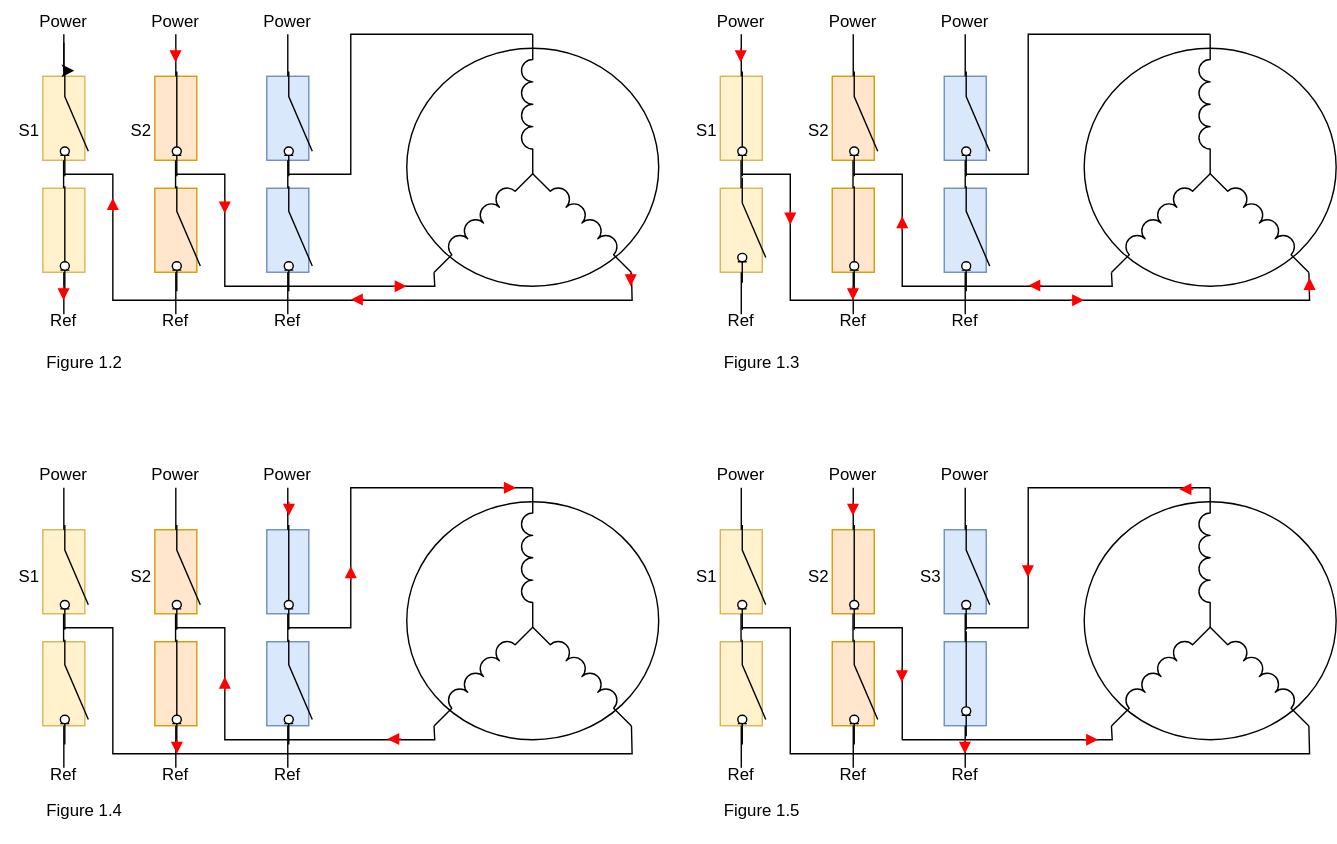
Before: 01-documentation/svg_files/esc_commutation_principle.drawio.svg, a diagram exported from draw.io (stephaneamans/ESC_Brushless). Source tidied: cells renumbered, new cells last; positions are measured from the earlier drawing's top-left corner, leaving out a move shared by most shapes.
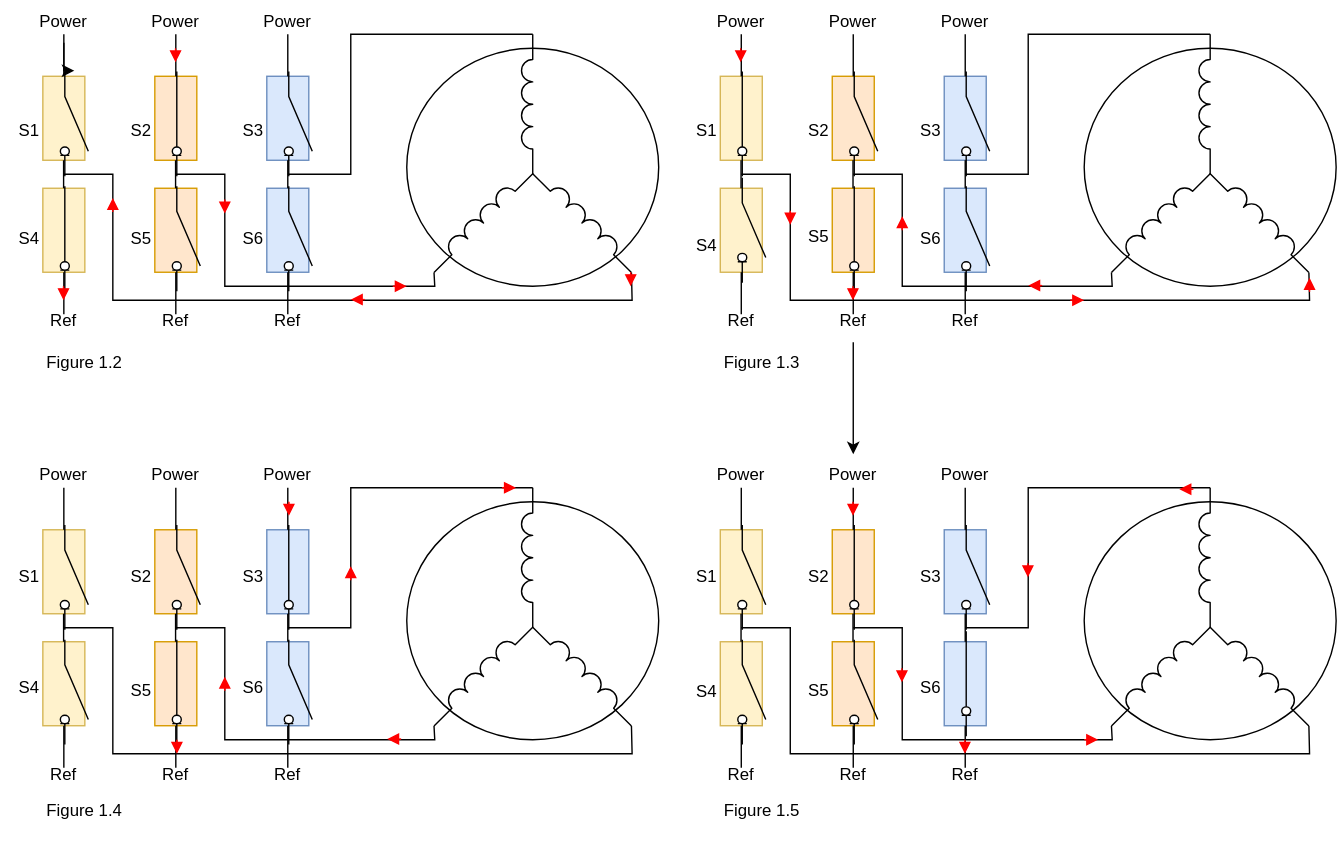
Later version of the same file.

Diff of the diagram source:
```diff
@@ -309,6 +309,9 @@
         <mxPoint x="609" y="194" as="targetPoint" />
       </mxGeometry>
     </mxCell>
+    <mxCell id="179" style="edgeStyle=orthogonalEdgeStyle;rounded=0;jettySize=auto;html=1;" parent="1" edge="1" source="69" target="146">
+      <mxGeometry relative="1" as="geometry" />
+    </mxCell>
     <mxCell id="69" value="Ref" style="text;html=1;align=center;verticalAlign=middle;whiteSpace=wrap;rounded=0;" parent="1" vertex="1">
       <mxGeometry x="579" y="214" width="60" height="30" as="geometry" />
     </mxCell>
@@ -787,5 +790,50 @@
     <mxCell id="178" value="S3" style="text;html=1;align=center;verticalAlign=middle;strokeColor=none;fillColor=none;" parent="1" vertex="1">
       <mxGeometry x="644" y="397" width="40" height="30" as="geometry" />
     </mxCell>
+    <mxCell id="180" value="S3" style="text;html=1;align=center;verticalAlign=middle;strokeColor=none;fillColor=none;" parent="1" vertex="1">
+      <mxGeometry x="644" y="78" width="40" height="30" as="geometry" />
+    </mxCell>
+    <mxCell id="181" value="S3" style="text;html=1;align=center;verticalAlign=middle;strokeColor=none;fillColor=none;" parent="1" vertex="1">
+      <mxGeometry x="160" y="78" width="40" height="30" as="geometry" />
+    </mxCell>
+    <mxCell id="182" value="S3" style="text;html=1;align=center;verticalAlign=middle;strokeColor=none;fillColor=none;" parent="1" vertex="1">
+      <mxGeometry x="160" y="397" width="40" height="30" as="geometry" />
+    </mxCell>
+    <mxCell id="183" value="S4" style="text;html=1;align=center;verticalAlign=middle;strokeColor=none;fillColor=none;" parent="1" vertex="1">
+      <mxGeometry y="155" width="40" height="30" as="geometry" />
+    </mxCell>
+    <mxCell id="184" value="S4" style="text;html=1;align=center;verticalAlign=middle;strokeColor=none;fillColor=none;" parent="1" vertex="1">
+      <mxGeometry y="476" width="40" height="30" as="geometry" />
+    </mxCell>
+    <mxCell id="185" value="S4" style="text;html=1;align=center;verticalAlign=middle;strokeColor=none;fillColor=none;" parent="1" vertex="1">
+      <mxGeometry x="484" y="479" width="40" height="30" as="geometry" />
+    </mxCell>
+    <mxCell id="186" value="S4" style="text;html=1;align=center;verticalAlign=middle;strokeColor=none;fillColor=none;" parent="1" vertex="1">
+      <mxGeometry x="484" y="160" width="40" height="30" as="geometry" />
+    </mxCell>
+    <mxCell id="187" value="S5" style="text;html=1;align=center;verticalAlign=middle;strokeColor=none;fillColor=none;" parent="1" vertex="1">
+      <mxGeometry x="564" y="154" width="40" height="30" as="geometry" />
+    </mxCell>
+    <mxCell id="188" value="S5" style="text;html=1;align=center;verticalAlign=middle;strokeColor=none;fillColor=none;" parent="1" vertex="1">
+      <mxGeometry x="564" y="478" width="40" height="30" as="geometry" />
+    </mxCell>
+    <mxCell id="189" value="S5" style="text;html=1;align=center;verticalAlign=middle;strokeColor=none;fillColor=none;" parent="1" vertex="1">
+      <mxGeometry x="80" y="478" width="40" height="30" as="geometry" />
+    </mxCell>
+    <mxCell id="190" value="S5" style="text;html=1;align=center;verticalAlign=middle;strokeColor=none;fillColor=none;" parent="1" vertex="1">
+      <mxGeometry x="80" y="155" width="40" height="30" as="geometry" />
+    </mxCell>
+    <mxCell id="191" value="S6" style="text;html=1;align=center;verticalAlign=middle;strokeColor=none;fillColor=none;" parent="1" vertex="1">
+      <mxGeometry x="644" y="155" width="40" height="30" as="geometry" />
+    </mxCell>
+    <mxCell id="192" value="S6" style="text;html=1;align=center;verticalAlign=middle;strokeColor=none;fillColor=none;" parent="1" vertex="1">
+      <mxGeometry x="644" y="476" width="40" height="30" as="geometry" />
+    </mxCell>
+    <mxCell id="193" value="S6" style="text;html=1;align=center;verticalAlign=middle;strokeColor=none;fillColor=none;" parent="1" vertex="1">
+      <mxGeometry x="160" y="155" width="40" height="30" as="geometry" />
+    </mxCell>
+    <mxCell id="194" value="S6" style="text;html=1;align=center;verticalAlign=middle;strokeColor=none;fillColor=none;" parent="1" vertex="1">
+      <mxGeometry x="160" y="476" width="40" height="30" as="geometry" />
+    </mxCell>
   </root>
 </mxGraphModel>
```
